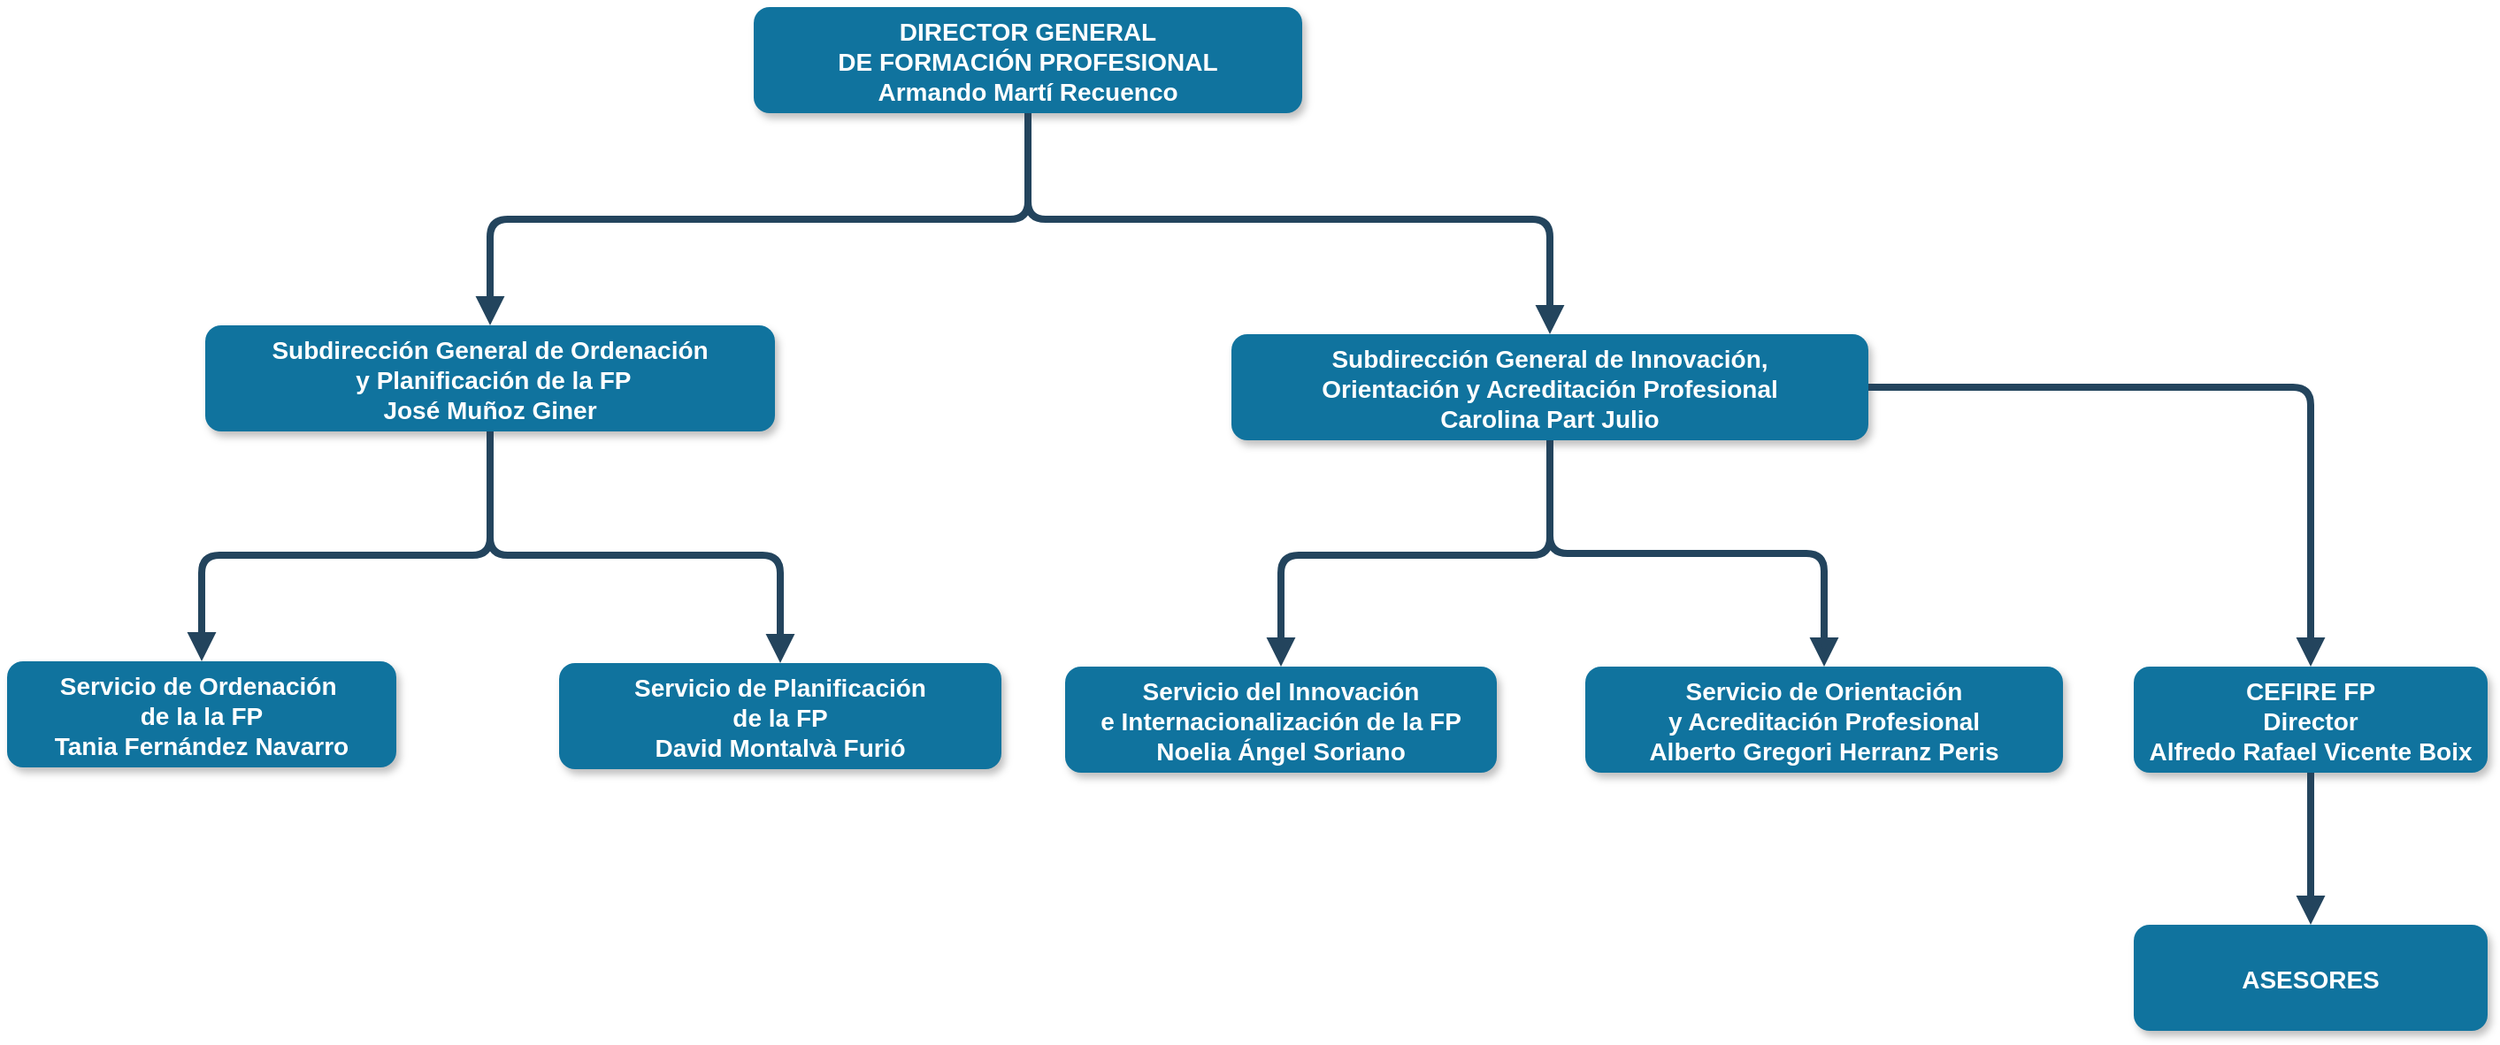
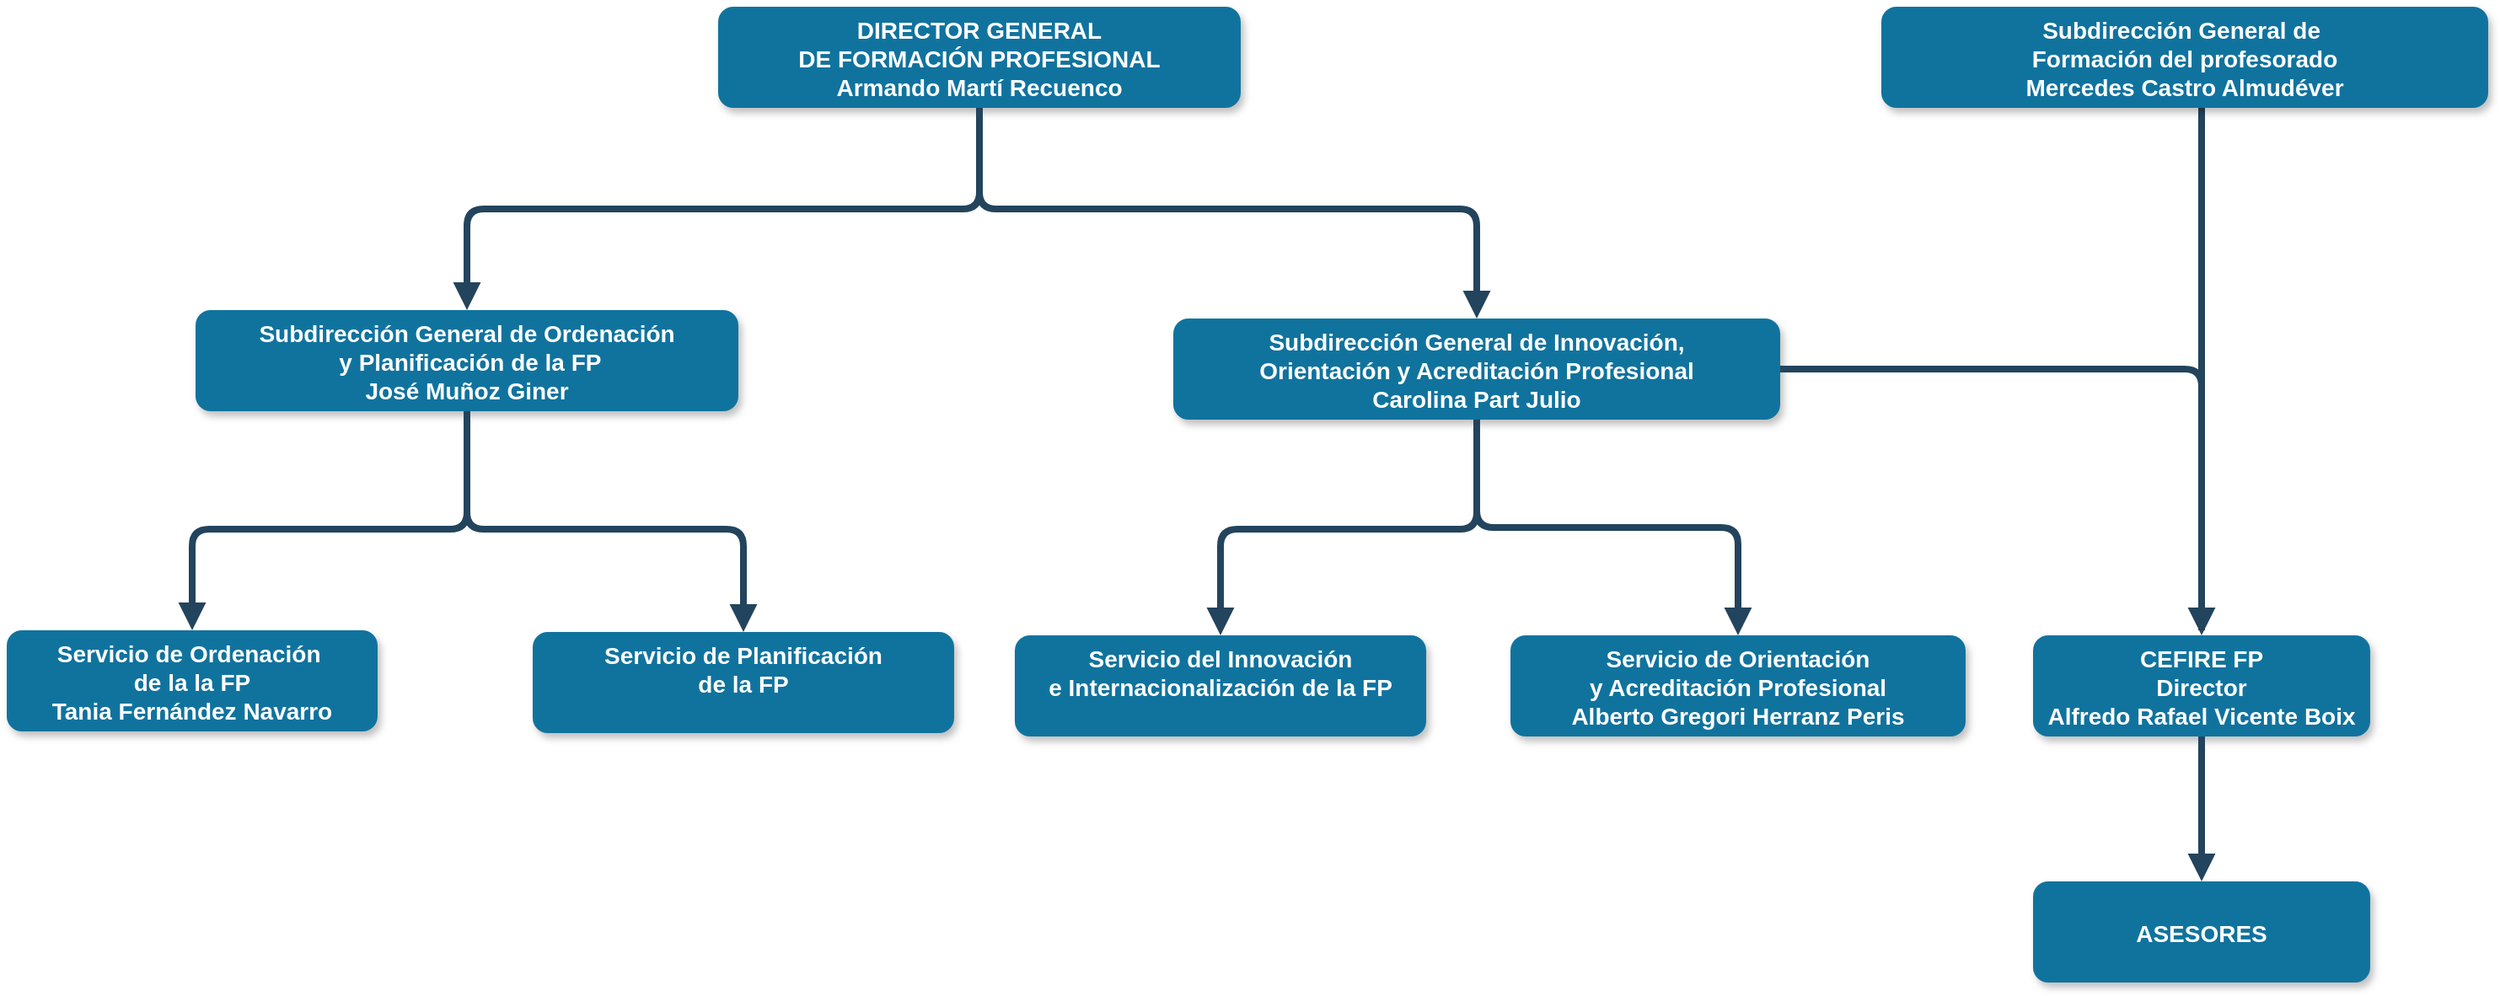
- <mxfile host="app.diagrams.net" agent="Mozilla/5.0 (Windows NT 10.0; Win64; x64) AppleWebKit/537.36 (KHTML, like Gecko) Chrome/146.0.0.0 Safari/537.36" version="29.6.6">
+ <mxfile host="app.diagrams.net" agent="Mozilla/5.0 (Windows NT 10.0; Win64; x64) AppleWebKit/537.36 (KHTML, like Gecko) Chrome/146.0.0.0 Safari/537.36">
  <diagram name="Page-1" id="97916047-d0de-89f5-080d-49f4d83e522f">
-     <mxGraphModel dx="1678" dy="874" grid="1" gridSize="10" guides="1" tooltips="1" connect="1" arrows="1" fold="1" page="1" pageScale="1.5" pageWidth="1169" pageHeight="827" background="none" math="0" shadow="0">
+     <mxGraphModel dx="3124" dy="1733" grid="1" gridSize="10" guides="1" tooltips="1" connect="1" arrows="1" fold="1" page="1" pageScale="1.5" pageWidth="1169" pageHeight="827" background="none" math="0" shadow="0">
      <root>
        <mxCell id="0" />
        <mxCell id="1" parent="0" />
        <mxCell id="2" parent="1" style="rounded=1;fillColor=#10739E;strokeColor=none;shadow=1;gradientColor=none;fontStyle=1;fontColor=#FFFFFF;fontSize=14;" value="DIRECTOR GENERAL&#xa;DE FORMACIÓN PROFESIONAL&#xa;Armando Martí Recuenco" vertex="1">
          <mxGeometry height="60" width="310" x="650" y="200" as="geometry" />
        </mxCell>
        <mxCell id="4" parent="1" style="rounded=1;fillColor=#10739E;strokeColor=none;shadow=1;gradientColor=none;fontStyle=1;fontColor=#FFFFFF;fontSize=14;" value="Subdirección General de Ordenación&#xa; y Planificación de la FP&#xa;José Muñoz Giner" vertex="1">
          <mxGeometry height="60" width="322" x="340" y="380" as="geometry" />
        </mxCell>
        <mxCell id="6" parent="1" style="rounded=1;fillColor=#10739E;strokeColor=none;shadow=1;gradientColor=none;fontStyle=1;fontColor=#FFFFFF;fontSize=14;" value="Subdirección General de Innovación,&#xa;Orientación y Acreditación Profesional&#xa;Carolina Part Julio" vertex="1">
          <mxGeometry height="60" width="360" x="920" y="385" as="geometry" />
        </mxCell>
        <mxCell id="8" parent="1" style="rounded=1;fillColor=#10739E;strokeColor=none;shadow=1;gradientColor=none;fontStyle=1;fontColor=#FFFFFF;fontSize=14;" value="Servicio de Ordenación &#xa;de la la FP&#xa;Tania Fernández Navarro" vertex="1">
          <mxGeometry height="60" width="220" x="228" y="570" as="geometry" />
        </mxCell>
-         <mxCell id="13" parent="1" style="rounded=1;fillColor=#10739E;strokeColor=none;shadow=1;gradientColor=none;fontStyle=1;fontColor=#FFFFFF;fontSize=14;" value="Servicio de Planificación&#xa;de la FP&#xa;David Montalvà Furió" vertex="1">
+         <mxCell id="13" parent="1" style="rounded=1;fillColor=#10739E;strokeColor=none;shadow=1;gradientColor=none;fontStyle=1;fontColor=#FFFFFF;fontSize=14;" value="Servicio de Planificación&#xa;de la FP&#xa;" vertex="1">
          <mxGeometry height="60" width="250" x="540" y="571" as="geometry" />
        </mxCell>
-         <mxCell id="18" parent="1" style="rounded=1;fillColor=#10739E;strokeColor=none;shadow=1;gradientColor=none;fontStyle=1;fontColor=#FFFFFF;fontSize=14;" value="Servicio del Innovación&#xa;e Internacionalización de la FP&#xa;Noelia Ángel Soriano" vertex="1">
+         <mxCell id="18" parent="1" style="rounded=1;fillColor=#10739E;strokeColor=none;shadow=1;gradientColor=none;fontStyle=1;fontColor=#FFFFFF;fontSize=14;" value="Servicio del Innovación&#xa;e Internacionalización de la FP&#xa;" vertex="1">
          <mxGeometry height="60" width="244" x="826" y="573" as="geometry" />
        </mxCell>
        <mxCell id="23" parent="1" style="rounded=1;fillColor=#10739E;strokeColor=none;shadow=1;gradientColor=none;fontStyle=1;fontColor=#FFFFFF;fontSize=14;" value="Servicio de Orientación&#xa;y Acreditación Profesional&#xa;Alberto Gregori Herranz Peris" vertex="1">
          <mxGeometry height="60" width="270" x="1120" y="573" as="geometry" />
        </mxCell>
        <mxCell id="24" parent="1" style="rounded=1;fillColor=#10739E;strokeColor=none;shadow=1;gradientColor=none;fontStyle=1;fontColor=#FFFFFF;fontSize=14;" value="CEFIRE FP&#xa;Director&#xa;Alfredo Rafael Vicente Boix" vertex="1">
          <mxGeometry height="60" width="200" x="1430" y="573" as="geometry" />
        </mxCell>
        <mxCell id="25" parent="1" style="rounded=1;fillColor=#10739E;strokeColor=none;shadow=1;gradientColor=none;fontStyle=1;fontColor=#FFFFFF;fontSize=14;" value="ASESORES" vertex="1">
          <mxGeometry height="60" width="200" x="1430" y="719" as="geometry" />
        </mxCell>
        <mxCell id="31" edge="1" parent="1" source="2" style="edgeStyle=elbowEdgeStyle;elbow=vertical;strokeWidth=4;endArrow=block;endFill=1;fontStyle=1;strokeColor=#23445D;" target="4" value="">
          <mxGeometry height="100" width="100" x="22" y="165.5" as="geometry">
            <mxPoint x="772" y="405.5" as="sourcePoint" />
            <mxPoint x="122" y="165.5" as="targetPoint" />
          </mxGeometry>
        </mxCell>
        <mxCell id="32" edge="1" parent="1" source="2" style="edgeStyle=elbowEdgeStyle;elbow=vertical;strokeWidth=4;endArrow=block;endFill=1;fontStyle=1;strokeColor=#23445D;exitX=0.5;exitY=1;exitDx=0;exitDy=0;entryX=0.5;entryY=0;entryDx=0;entryDy=0;" target="6" value="">
          <mxGeometry height="100" width="100" x="22" y="165.5" as="geometry">
            <Array as="points">
              <mxPoint x="1000" y="320" />
            </Array>
            <mxPoint x="772" y="405.5" as="sourcePoint" />
            <mxPoint x="122" y="165.5" as="targetPoint" />
          </mxGeometry>
        </mxCell>
        <mxCell id="34" edge="1" parent="1" source="4" style="edgeStyle=elbowEdgeStyle;elbow=vertical;strokeWidth=4;endArrow=block;endFill=1;fontStyle=1;strokeColor=#23445D;exitX=0.5;exitY=1;exitDx=0;exitDy=0;entryX=0.5;entryY=0;entryDx=0;entryDy=0;" target="8" value="">
          <mxGeometry height="100" width="100" x="22" y="165.5" as="geometry">
            <Array as="points">
              <mxPoint x="420" y="510" />
              <mxPoint x="552" y="555.5" />
            </Array>
            <mxPoint x="772" y="405.5" as="sourcePoint" />
            <mxPoint x="122" y="165.5" as="targetPoint" />
          </mxGeometry>
        </mxCell>
        <mxCell id="37" edge="1" parent="1" source="6" style="edgeStyle=elbowEdgeStyle;elbow=vertical;strokeWidth=4;endArrow=block;endFill=1;fontStyle=1;strokeColor=#23445D;exitX=0.5;exitY=1;exitDx=0;exitDy=0;" target="23" value="">
          <mxGeometry height="100" width="100" x="22" y="165.5" as="geometry">
            <Array as="points" />
            <mxPoint x="772" y="405.5" as="sourcePoint" />
            <mxPoint x="122" y="165.5" as="targetPoint" />
          </mxGeometry>
        </mxCell>
        <mxCell id="50" edge="1" parent="1" source="6" style="edgeStyle=elbowEdgeStyle;elbow=vertical;strokeWidth=4;endArrow=block;endFill=1;fontStyle=1;strokeColor=#23445D;exitX=1;exitY=0.5;exitDx=0;exitDy=0;" target="24" value="">
          <mxGeometry height="100" width="100" x="72" y="165.5" as="geometry">
            <Array as="points">
              <mxPoint x="1410" y="415" />
            </Array>
            <mxPoint x="72" y="265.5" as="sourcePoint" />
            <mxPoint x="172" y="165.5" as="targetPoint" />
          </mxGeometry>
        </mxCell>
        <mxCell id="51" edge="1" parent="1" source="24" style="edgeStyle=elbowEdgeStyle;elbow=vertical;strokeWidth=4;endArrow=block;endFill=1;fontStyle=1;strokeColor=#23445D;" target="25" value="">
          <mxGeometry height="100" width="100" x="72" y="175.5" as="geometry">
            <mxPoint x="72" y="275.5" as="sourcePoint" />
            <mxPoint x="172" y="175.5" as="targetPoint" />
          </mxGeometry>
        </mxCell>
        <mxCell id="rg_jonjxkeRIRivhDZzg-55" edge="1" parent="1" source="4" style="edgeStyle=elbowEdgeStyle;elbow=vertical;strokeWidth=4;endArrow=block;endFill=1;fontStyle=1;strokeColor=#23445D;exitX=0.5;exitY=1;exitDx=0;exitDy=0;entryX=0.5;entryY=0;entryDx=0;entryDy=0;" target="13" value="">
          <mxGeometry height="100" width="100" x="22" y="165.5" as="geometry">
            <Array as="points">
              <mxPoint x="590" y="510" />
              <mxPoint x="692" y="635.5" />
            </Array>
            <mxPoint x="630" y="520" as="sourcePoint" />
            <mxPoint x="420" y="650" as="targetPoint" />
          </mxGeometry>
        </mxCell>
        <mxCell id="rg_jonjxkeRIRivhDZzg-56" edge="1" parent="1" source="6" style="edgeStyle=elbowEdgeStyle;elbow=vertical;strokeWidth=4;endArrow=block;endFill=1;fontStyle=1;strokeColor=#23445D;exitX=0.5;exitY=1;exitDx=0;exitDy=0;entryX=0.5;entryY=0;entryDx=0;entryDy=0;" target="18" value="">
          <mxGeometry height="100" width="100" x="22" y="165.5" as="geometry">
            <Array as="points">
              <mxPoint x="1050" y="510" />
            </Array>
            <mxPoint x="1328" y="540" as="sourcePoint" />
            <mxPoint x="1360" y="706" as="targetPoint" />
          </mxGeometry>
        </mxCell>
+         <mxCell id="Cm7hhR8DVo6Ij494QYsm-53" edge="1" parent="1" source="Cm7hhR8DVo6Ij494QYsm-51" style="edgeStyle=orthogonalEdgeStyle;rounded=1;orthogonalLoop=1;jettySize=auto;html=1;strokeWidth=4;curved=0;strokeColor=#23445D;endArrow=none;endFill=0;">
+           <mxGeometry relative="1" as="geometry">
+             <Array as="points">
+               <mxPoint x="1530" y="415" />
+             </Array>
+             <mxPoint x="1530" y="570" as="targetPoint" />
+           </mxGeometry>
+         </mxCell>
+         <mxCell id="Cm7hhR8DVo6Ij494QYsm-51" parent="1" style="rounded=1;fillColor=#10739E;strokeColor=none;shadow=1;gradientColor=none;fontStyle=1;fontColor=#FFFFFF;fontSize=14;" value="Subdirección General de &#xa;Formación del profesorado&#xa;Mercedes Castro Almudéver" vertex="1">
+           <mxGeometry height="60" width="360" x="1340" y="200" as="geometry" />
+         </mxCell>
      </root>
    </mxGraphModel>
  </diagram>
</mxfile>
